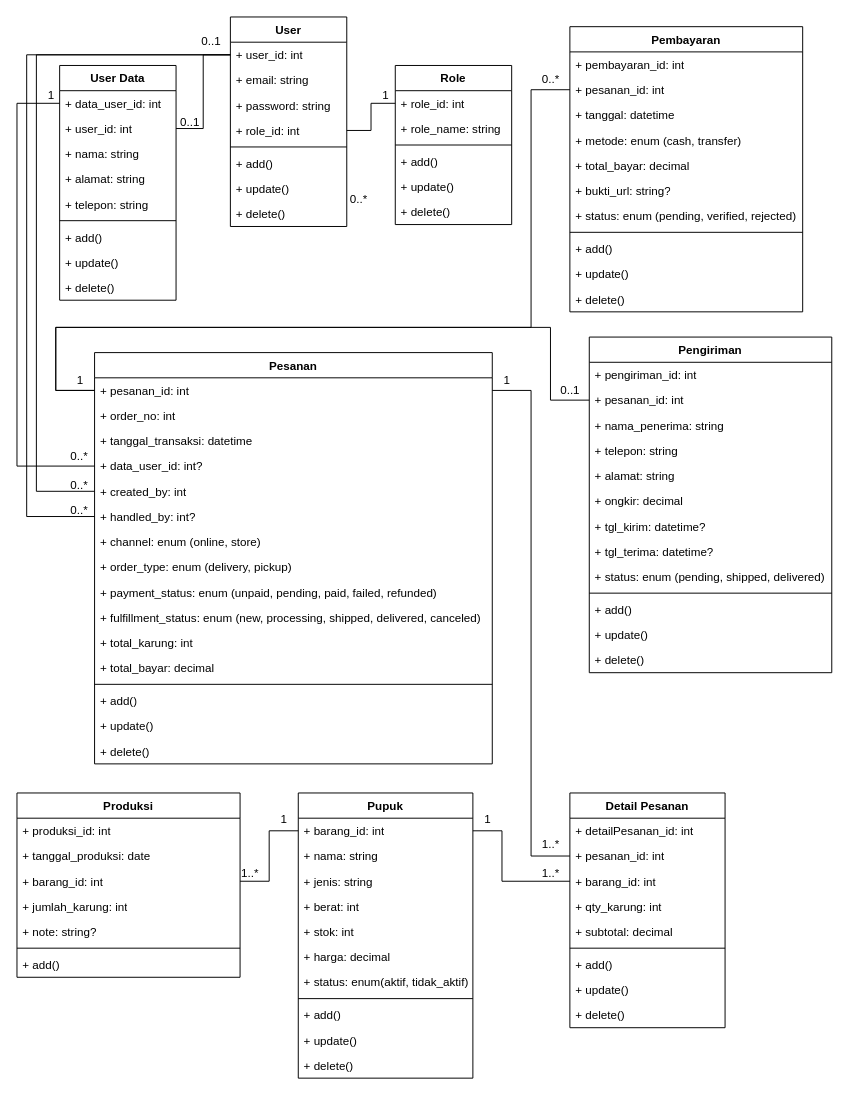
muhammadega21/e-pupuk keeps this draw.io diagram as page "Class Diagram" (2 of 6) of public/Rancangan Sistem/Agro Lestarindo.drawio. Above is the earlier version. Source tidied: cells renumbered, new cells numbered last; positions are measured from the earlier drawing's top-left corner, leaving out a move shared by most shapes. Both pictures are drawn from the tidied source at 97%, with x=0, y=0 at pixel (16, 16).
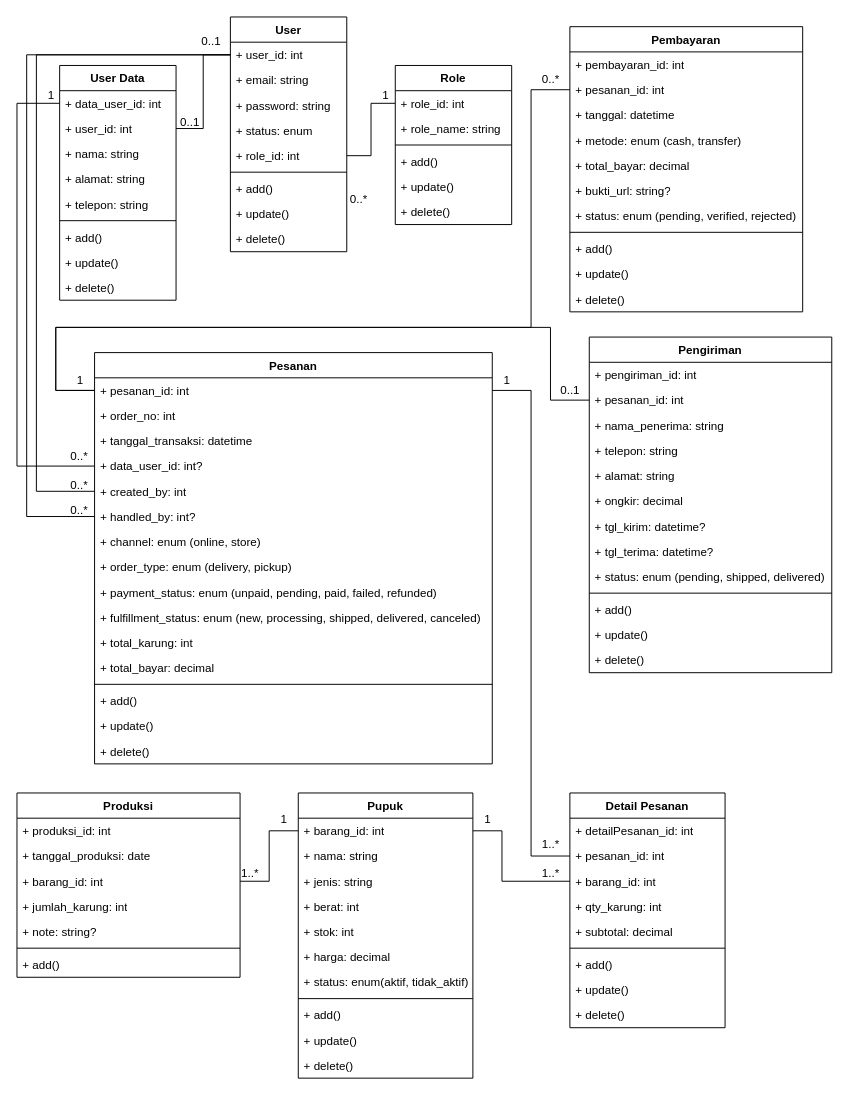
Above is the later version.

The edit, as a diff of the source:
```diff
@@
     <mxCell id="37" value="User" style="swimlane;fontStyle=1;align=center;verticalAlign=top;horizontal=1;startSize=26;whiteSpace=wrap;html=1;" parent="1" vertex="1">
-      <mxGeometry x="220" width="120" height="216" as="geometry" />
+      <mxGeometry x="220" width="120" height="242" as="geometry" />
     </mxCell>
@@
+    <mxCell id="128" value="+ status: enum" style="text;strokeColor=none;fillColor=none;align=left;verticalAlign=top;spacingLeft=4;spacingRight=4;overflow=hidden;whiteSpace=wrap;html=1;" parent="37" vertex="1">
+      <mxGeometry y="104" width="120" height="26" as="geometry" />
+    </mxCell>
     <mxCell id="41" value="+ role_id: int" style="text;strokeColor=none;fillColor=none;align=left;verticalAlign=top;spacingLeft=4;spacingRight=4;overflow=hidden;points=[[0,0.5],[1,0.5]];portConstraint=eastwest;whiteSpace=wrap;html=1;" parent="37" vertex="1">
-      <mxGeometry y="104" width="120" height="26" as="geometry" />
+      <mxGeometry y="130" width="120" height="26" as="geometry" />
     </mxCell>
     <mxCell id="42" style="line;strokeWidth=1;fillColor=none;align=left;verticalAlign=middle;spacingTop=-1;spacingLeft=3;spacingRight=3;labelPosition=right;strokeColor=inherit;" parent="37" vertex="1">
-      <mxGeometry y="130" width="120" height="8" as="geometry" />
+      <mxGeometry y="156" width="120" height="8" as="geometry" />
     </mxCell>
     <mxCell id="43" value="+ add()" style="text;strokeColor=none;fillColor=none;align=left;verticalAlign=top;spacingLeft=4;spacingRight=4;overflow=hidden;whiteSpace=wrap;html=1;" parent="37" vertex="1">
-      <mxGeometry y="138" width="120" height="26" as="geometry" />
+      <mxGeometry y="164" width="120" height="26" as="geometry" />
     </mxCell>
     <mxCell id="44" value="+ update()" style="text;strokeColor=none;fillColor=none;align=left;verticalAlign=top;spacingLeft=4;spacingRight=4;overflow=hidden;whiteSpace=wrap;html=1;" parent="37" vertex="1">
-      <mxGeometry y="164" width="120" height="26" as="geometry" />
+      <mxGeometry y="190" width="120" height="26" as="geometry" />
     </mxCell>
     <mxCell id="45" value="+ delete()" style="text;strokeColor=none;fillColor=none;align=left;verticalAlign=top;spacingLeft=4;spacingRight=4;overflow=hidden;whiteSpace=wrap;html=1;" parent="37" vertex="1">
-      <mxGeometry y="190" width="120" height="26" as="geometry" />
+      <mxGeometry y="216" width="120" height="26" as="geometry" />
     </mxCell>
```
